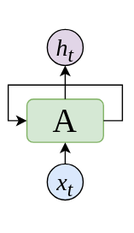
master-fency/plot keeps this draw.io diagram as RNN.drawio.svg. Above is the earlier version. Source tidied: cells renumbered, new cells last; positions are measured from the earlier drawing's top-left corner, leaving out a move shared by most shapes.
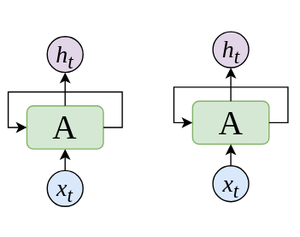
After the change.

What changed in the source:
```diff
@@ -2,28 +2,56 @@
   <root>
     <mxCell id="0" />
     <mxCell id="1" parent="0" />
+    <mxCell id="8" value="&lt;font face=&quot;Times New Roman&quot; style=&quot;font-size: 28px;&quot;&gt;A&lt;/font&gt;" style="rounded=1;whiteSpace=wrap;html=1;fillColor=#d5e8d4;strokeColor=#82b366;" parent="1" vertex="1">
+      <mxGeometry x="154.6" y="54" width="64" height="36" as="geometry" />
+    </mxCell>
+    <mxCell id="9" value="&lt;font face=&quot;Times New Roman&quot;&gt;&lt;span style=&quot;font-size: 20px;&quot;&gt;&lt;i&gt;h&lt;sub&gt;t&lt;/sub&gt;&lt;/i&gt;&lt;/span&gt;&lt;/font&gt;" style="ellipse;whiteSpace=wrap;html=1;shapeInside=1;fillColor=#e1d5e7;strokeColor=#000000;" parent="1" vertex="1">
+      <mxGeometry x="171.6" y="-4" width="30" height="30" as="geometry" />
+    </mxCell>
+    <mxCell id="10" style="edgeStyle=orthogonalEdgeStyle;rounded=0;jettySize=auto;html=1;exitX=0.5;exitY=0;exitDx=0;exitDy=0;entryX=0.5;entryY=1;entryDx=0;entryDy=0;" parent="1" edge="1" source="11" target="8">
+      <mxGeometry relative="1" as="geometry" />
+    </mxCell>
+    <mxCell id="11" value="&lt;font face=&quot;Times New Roman&quot;&gt;&lt;span style=&quot;font-size: 20px;&quot;&gt;&lt;i&gt;x&lt;sub&gt;t&lt;/sub&gt;&lt;/i&gt;&lt;/span&gt;&lt;/font&gt;" style="ellipse;whiteSpace=wrap;html=1;shapeInside=1;fillColor=#dae8fc;strokeColor=#000000;" parent="1" vertex="1">
+      <mxGeometry x="171.6" y="108" width="30" height="30" as="geometry" />
+    </mxCell>
+    <mxCell id="12" style="endArrow=classic;html=1;rounded=0;exitX=0.5;exitY=0;exitDx=0;exitDy=0;entryX=0.5;entryY=1;entryDx=0;entryDy=0;" parent="1" edge="1" source="8" target="9">
+      <mxGeometry relative="1" as="geometry" />
+    </mxCell>
+    <mxCell id="13" style="edgeStyle=orthogonalEdgeStyle;rounded=0;orthogonalLoop=1;jettySize=auto;html=1;innerLoopWaypoints=1;exitX=1;exitY=0.5;exitDx=0;exitDy=0;entryX=0;entryY=0.5;entryDx=0;entryDy=0;" parent="1" edge="1" source="8" target="8">
+      <mxGeometry relative="1" as="geometry">
+        <Array as="points">
+          <mxPoint x="234.4" y="72" />
+          <mxPoint x="234.4" y="42.3" />
+          <mxPoint x="139" y="42.3" />
+          <mxPoint x="139" y="72" />
+        </Array>
+      </mxGeometry>
+    </mxCell>
+    <mxCell id="14" style="group;" parent="1" vertex="1">
+      <mxGeometry x="0.4" width="95.4" height="142" as="geometry" />
+    </mxCell>
-    <mxCell id="2" value="&lt;font face=&quot;Times New Roman&quot; style=&quot;font-size: 28px;&quot;&gt;A&lt;/font&gt;" style="rounded=1;whiteSpace=wrap;html=1;fillColor=#d5e8d4;strokeColor=#82b366;" parent="1" vertex="1">
-      <mxGeometry x="16" y="58" width="64" height="36" as="geometry" />
+    <mxCell id="2" value="&lt;font face=&quot;Times New Roman&quot; style=&quot;font-size: 28px;&quot;&gt;A&lt;/font&gt;" style="rounded=1;whiteSpace=wrap;html=1;fillColor=#d5e8d4;strokeColor=#82b366;" parent="14" vertex="1">
+      <mxGeometry x="15.6" y="58" width="64" height="36" as="geometry" />
     </mxCell>
-    <mxCell id="3" value="&lt;font face=&quot;Times New Roman&quot;&gt;&lt;span style=&quot;font-size: 20px;&quot;&gt;&lt;i&gt;h&lt;sub&gt;t&lt;/sub&gt;&lt;/i&gt;&lt;/span&gt;&lt;/font&gt;" style="ellipse;whiteSpace=wrap;html=1;shapeInside=1;fillColor=#e1d5e7;strokeColor=#000000;" parent="1" vertex="1">
-      <mxGeometry x="33" width="30" height="30" as="geometry" />
+    <mxCell id="3" value="&lt;font face=&quot;Times New Roman&quot;&gt;&lt;span style=&quot;font-size: 20px;&quot;&gt;&lt;i&gt;h&lt;sub&gt;t&lt;/sub&gt;&lt;/i&gt;&lt;/span&gt;&lt;/font&gt;" style="ellipse;whiteSpace=wrap;html=1;shapeInside=1;fillColor=#e1d5e7;strokeColor=#000000;" parent="14" vertex="1">
+      <mxGeometry x="32.6" width="30" height="30" as="geometry" />
     </mxCell>
-    <mxCell id="4" style="edgeStyle=orthogonalEdgeStyle;rounded=0;jettySize=auto;html=1;exitX=0.5;exitY=0;exitDx=0;exitDy=0;entryX=0.5;entryY=1;entryDx=0;entryDy=0;" parent="1" edge="1" source="5" target="2">
+    <mxCell id="4" style="edgeStyle=orthogonalEdgeStyle;rounded=0;jettySize=auto;html=1;exitX=0.5;exitY=0;exitDx=0;exitDy=0;entryX=0.5;entryY=1;entryDx=0;entryDy=0;" parent="14" edge="1" source="5" target="2">
       <mxGeometry relative="1" as="geometry" />
     </mxCell>
-    <mxCell id="5" value="&lt;font face=&quot;Times New Roman&quot;&gt;&lt;span style=&quot;font-size: 20px;&quot;&gt;&lt;i&gt;x&lt;sub&gt;t&lt;/sub&gt;&lt;/i&gt;&lt;/span&gt;&lt;/font&gt;" style="ellipse;whiteSpace=wrap;html=1;shapeInside=1;fillColor=#dae8fc;strokeColor=#000000;" parent="1" vertex="1">
-      <mxGeometry x="33" y="112" width="30" height="30" as="geometry" />
+    <mxCell id="5" value="&lt;font face=&quot;Times New Roman&quot;&gt;&lt;span style=&quot;font-size: 20px;&quot;&gt;&lt;i&gt;x&lt;sub&gt;t&lt;/sub&gt;&lt;/i&gt;&lt;/span&gt;&lt;/font&gt;" style="ellipse;whiteSpace=wrap;html=1;shapeInside=1;fillColor=#dae8fc;strokeColor=#000000;" parent="14" vertex="1">
+      <mxGeometry x="32.6" y="112" width="30" height="30" as="geometry" />
     </mxCell>
-    <mxCell id="6" style="endArrow=classic;html=1;rounded=0;exitX=0.5;exitY=0;exitDx=0;exitDy=0;entryX=0.5;entryY=1;entryDx=0;entryDy=0;" parent="1" edge="1" source="2" target="3">
+    <mxCell id="6" style="endArrow=classic;html=1;rounded=0;exitX=0.5;exitY=0;exitDx=0;exitDy=0;entryX=0.5;entryY=1;entryDx=0;entryDy=0;" parent="14" edge="1" source="2" target="3">
       <mxGeometry relative="1" as="geometry" />
     </mxCell>
-    <mxCell id="7" style="edgeStyle=orthogonalEdgeStyle;rounded=0;orthogonalLoop=1;jettySize=auto;html=1;innerLoopWaypoints=1;exitX=1;exitY=0.5;exitDx=0;exitDy=0;entryX=0;entryY=0.5;entryDx=0;entryDy=0;" parent="1" edge="1" source="2" target="2">
+    <mxCell id="7" style="edgeStyle=orthogonalEdgeStyle;rounded=0;orthogonalLoop=1;jettySize=auto;html=1;innerLoopWaypoints=1;exitX=1;exitY=0.5;exitDx=0;exitDy=0;entryX=0;entryY=0.5;entryDx=0;entryDy=0;" parent="14" edge="1" source="2" target="2">
       <mxGeometry relative="1" as="geometry">
         <Array as="points">
-          <mxPoint x="95.8" y="76" />
-          <mxPoint x="95.8" y="46.3" />
-          <mxPoint x="0.4" y="46.3" />
-          <mxPoint x="0.4" y="76" />
+          <mxPoint x="95.4" y="76" />
+          <mxPoint x="95.4" y="46.3" />
+          <mxPoint y="46.3" />
+          <mxPoint y="76" />
         </Array>
       </mxGeometry>
     </mxCell>
```
